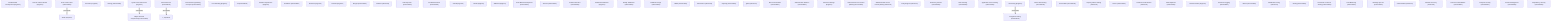
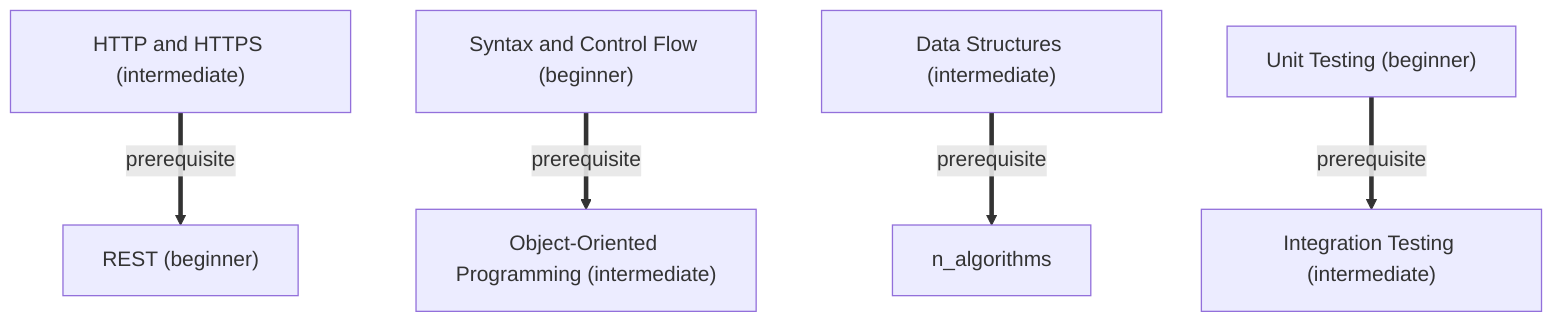
graph TD
-     n_backend-web-development["Backend Web Development (beginner)"]
-     n_how-the-internet-works["How the Internet Works (beginner)"]
    n_http-and-https["HTTP and HTTPS (intermediate)"]
-     n_browsers["Browsers (beginner)"]
-     n_hosting["Hosting (intermediate)"]
    n_syntax-and-control-flow["Syntax and Control Flow (beginner)"]
    n_data-structures["Data Structures (intermediate)"]
    n_object-oriented-programming["Object-Oriented Programming (intermediate)"]
-     n_functional-programming-concepts["Functional Programming Concepts (intermediate)"]
-     n_error-handling["Error Handling (beginner)"]
-     n_git["Git (intermediate)"]
-     n_remote-repositories["Remote Repositories (beginner)"]
-     n_workflows["Workflows (intermediate)"]
-     n_branches["Branches (beginner)"]
-     n_commits["Commits (beginner)"]
-     n_merges["Merges (intermediate)"]
-     n_rebases["Rebases (advanced)"]
-     n_pull-requests["Pull Requests (intermediate)"]
-     n_conflict-resolution["Conflict Resolution (intermediate)"]
-     n_github["GitHub (beginner)"]
-     n_gitlab["GitLab (beginner)"]
-     n_bitbucket["Bitbucket (beginner)"]
-     n_trunk-based-development["Trunk-Based Development (intermediate)"]
-     n_git-flow["Git Flow (intermediate)"]
-     n_feature-branches["Feature Branches (intermediate)"]
-     n_relational-databases["Relational Databases (beginner)"]
-     n_nosql-databases["NoSQL Databases (intermediate)"]
-     n_database-design["Database Design (intermediate)"]
-     n_orms["ORMs (intermediate)"]
-     n_transactions["Transactions (advanced)"]
    n_rest["REST (beginner)"]
-     n_graphql["GraphQL (intermediate)"]
-     n_grpc["gRPC (advanced)"]
-     n_api-documentation["API Documentation (intermediate)"]
-     n_authentication-patterns["Authentication Patterns (intermediate)"]
-     n_password-storage["Password Storage (beginner)"]
-     n_role-based-access-control["Role-based Access Control (RBAC) (intermediate)"]
-     n_attribute-based-access-control["Attribute-based Access Control (ABAC) (advanced)"]
-     n_policy-engines["Policy Engines (advanced)"]
-     n_in-memory-caches["In-Memory Caches (intermediate)"]
-     n_cdn-caching["CDN Caching (intermediate)"]
-     n_application-level-caching["Application-Level Caching (intermediate)"]
    n_unit-testing["Unit Testing (beginner)"]
    n_integration-testing["Integration Testing (intermediate)"]
-     n_end-to-end-testing["End-to-End Testing (intermediate)"]
-     n_test-doubles["Test Doubles (intermediate)"]
-     n_property-based-testing["Property-Based Testing (advanced)"]
-     n_docker["Docker (intermediate)"]
-     n_container-orchestration["Container Orchestration (advanced)"]
-     n_ci-cd-pipelines["CI/CD Pipelines (intermediate)"]
-     n_cloud-providers["Cloud Providers (beginner)"]
-     n_structured-logging["Structured Logging (intermediate)"]
-     n_metrics["Metrics (intermediate)"]
-     n_distributed-tracing["Distributed Tracing (advanced)"]
-     n_alerting["Alerting (intermediate)"]
-     n_horizontal-vs-vertical-scaling["Horizontal vs Vertical Scaling (intermediate)"]
-     n_load-balancing["Load Balancing (intermediate)"]
-     n_message-queues["Message Queues (intermediate)"]
-     n_failure-modes["Failure Modes (advanced)"]
-     n_disaster-recovery["Disaster Recovery (advanced)"]
-     n_common-vulnerabilities["Common Vulnerabilities (intermediate)"]
-     n_transport-security["Transport Security (intermediate)"]
-     n_secrets-management["Secrets Management (intermediate)"]
-     n_dependency-security["Dependency Security (intermediate)"]
    n_syntax-and-control-flow ==>|prerequisite| n_object-oriented-programming
    n_http-and-https ==>|prerequisite| n_rest
    n_data-structures ==>|prerequisite| n_algorithms
    n_unit-testing ==>|prerequisite| n_integration-testing